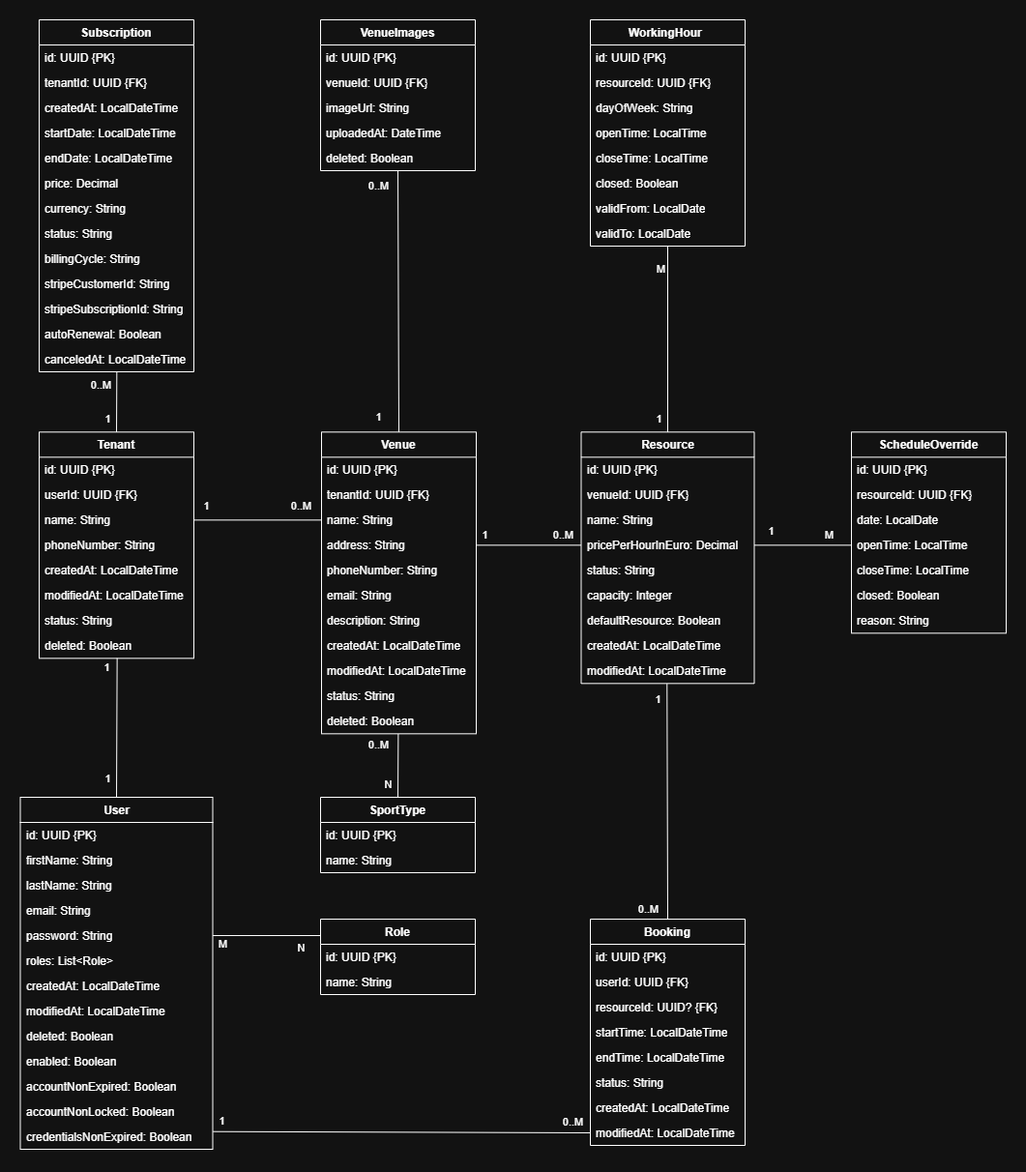
Gjxrgj/AtlasSports keeps this draw.io diagram as Documents/Class Diagram/Class Diagram.png. Above is the earlier version. Source tidied: cells renumbered, new cells last; positions are measured from the earlier drawing's top-left corner, leaving out a move shared by most shapes.
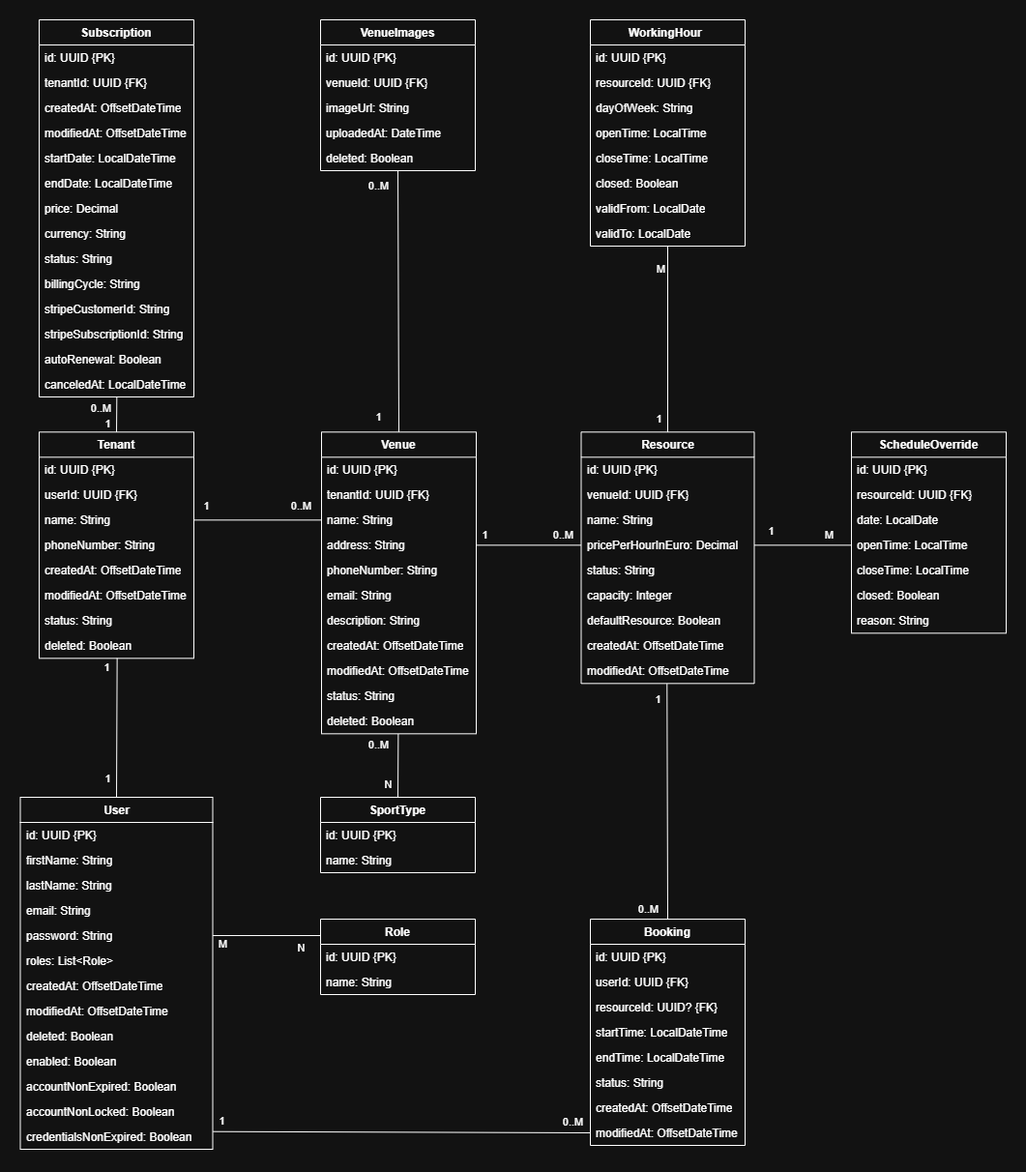
Later version of the same file.

Change to the diagram source:
```diff
@@ -23,10 +23,10 @@
     <mxCell id="8" value="roles: List&amp;lt;Role&amp;gt;&amp;nbsp;&amp;nbsp;" style="text;strokeColor=none;fillColor=none;align=left;verticalAlign=top;spacingLeft=4;spacingRight=4;overflow=hidden;whiteSpace=wrap;html=1;" parent="2" vertex="1">
       <mxGeometry y="156" width="199" height="26" as="geometry" />
     </mxCell>
-    <mxCell id="9" value="createdAt: LocalDateTime" style="text;strokeColor=none;fillColor=none;align=left;verticalAlign=top;spacingLeft=4;spacingRight=4;overflow=hidden;whiteSpace=wrap;html=1;" parent="2" vertex="1">
+    <mxCell id="9" value="createdAt: OffsetDateTime" style="text;strokeColor=none;fillColor=none;align=left;verticalAlign=top;spacingLeft=4;spacingRight=4;overflow=hidden;whiteSpace=wrap;html=1;" parent="2" vertex="1">
       <mxGeometry y="182" width="199" height="26" as="geometry" />
     </mxCell>
-    <mxCell id="10" value="modifiedAt: LocalDateTime" style="text;strokeColor=none;fillColor=none;align=left;verticalAlign=top;spacingLeft=4;spacingRight=4;overflow=hidden;whiteSpace=wrap;html=1;" parent="2" vertex="1">
+    <mxCell id="10" value="modifiedAt: OffsetDateTime" style="text;strokeColor=none;fillColor=none;align=left;verticalAlign=top;spacingLeft=4;spacingRight=4;overflow=hidden;whiteSpace=wrap;html=1;" parent="2" vertex="1">
       <mxGeometry y="208" width="199" height="26" as="geometry" />
     </mxCell>
     <mxCell id="11" value="deleted: Boolean&lt;span style=&quot;white-space: pre;&quot;&gt;&#9;&lt;/span&gt;" style="text;strokeColor=none;fillColor=none;align=left;verticalAlign=top;spacingLeft=4;spacingRight=4;overflow=hidden;whiteSpace=wrap;html=1;" parent="2" vertex="1">
@@ -86,10 +86,10 @@
     <mxCell id="29" value="phoneNumber: String" style="text;strokeColor=none;fillColor=none;align=left;verticalAlign=top;spacingLeft=4;spacingRight=4;overflow=hidden;whiteSpace=wrap;html=1;" parent="25" vertex="1">
       <mxGeometry y="104" width="160" height="26" as="geometry" />
     </mxCell>
-    <mxCell id="30" value="createdAt: LocalDateTime" style="text;strokeColor=none;fillColor=none;align=left;verticalAlign=top;spacingLeft=4;spacingRight=4;overflow=hidden;whiteSpace=wrap;html=1;" parent="25" vertex="1">
+    <mxCell id="30" value="createdAt: OffsetDateTime" style="text;strokeColor=none;fillColor=none;align=left;verticalAlign=top;spacingLeft=4;spacingRight=4;overflow=hidden;whiteSpace=wrap;html=1;" parent="25" vertex="1">
       <mxGeometry y="130" width="160" height="26" as="geometry" />
     </mxCell>
-    <mxCell id="31" value="modifiedAt: LocalDateTime" style="text;strokeColor=none;fillColor=none;align=left;verticalAlign=top;spacingLeft=4;spacingRight=4;overflow=hidden;whiteSpace=wrap;html=1;" parent="25" vertex="1">
+    <mxCell id="31" value="modifiedAt: OffsetDateTime" style="text;strokeColor=none;fillColor=none;align=left;verticalAlign=top;spacingLeft=4;spacingRight=4;overflow=hidden;whiteSpace=wrap;html=1;" parent="25" vertex="1">
       <mxGeometry y="156" width="160" height="26" as="geometry" />
     </mxCell>
     <mxCell id="32" value="status: String" style="text;strokeColor=none;fillColor=none;align=left;verticalAlign=top;spacingLeft=4;spacingRight=4;overflow=hidden;whiteSpace=wrap;html=1;" parent="25" vertex="1">
@@ -122,10 +122,10 @@
     <mxCell id="41" value="description: String" style="text;strokeColor=none;fillColor=none;align=left;verticalAlign=top;spacingLeft=4;spacingRight=4;overflow=hidden;whiteSpace=wrap;html=1;" parent="34" vertex="1">
       <mxGeometry y="182" width="160" height="26" as="geometry" />
     </mxCell>
-    <mxCell id="42" value="createdAt: LocalDateTime" style="text;strokeColor=none;fillColor=none;align=left;verticalAlign=top;spacingLeft=4;spacingRight=4;overflow=hidden;whiteSpace=wrap;html=1;" parent="34" vertex="1">
+    <mxCell id="42" value="createdAt: OffsetDateTime" style="text;strokeColor=none;fillColor=none;align=left;verticalAlign=top;spacingLeft=4;spacingRight=4;overflow=hidden;whiteSpace=wrap;html=1;" parent="34" vertex="1">
       <mxGeometry y="208" width="160" height="26" as="geometry" />
     </mxCell>
-    <mxCell id="43" value="modifiedAt: LocalDateTime" style="text;strokeColor=none;fillColor=none;align=left;verticalAlign=top;spacingLeft=4;spacingRight=4;overflow=hidden;whiteSpace=wrap;html=1;" parent="34" vertex="1">
+    <mxCell id="43" value="modifiedAt: OffsetDateTime" style="text;strokeColor=none;fillColor=none;align=left;verticalAlign=top;spacingLeft=4;spacingRight=4;overflow=hidden;whiteSpace=wrap;html=1;" parent="34" vertex="1">
       <mxGeometry y="234" width="160" height="26" as="geometry" />
     </mxCell>
     <mxCell id="44" value="status: String" style="text;strokeColor=none;fillColor=none;align=left;verticalAlign=top;spacingLeft=4;spacingRight=4;overflow=hidden;whiteSpace=wrap;html=1;" parent="34" vertex="1">
@@ -135,7 +135,7 @@
       <mxGeometry y="286" width="160" height="26" as="geometry" />
     </mxCell>
     <mxCell id="46" value="Subscription" style="swimlane;fontStyle=1;align=center;verticalAlign=top;horizontal=1;startSize=26;whiteSpace=wrap;html=1;" parent="1" vertex="1">
-      <mxGeometry x="20" width="160" height="364" as="geometry" />
+      <mxGeometry x="20" width="160" height="390" as="geometry" />
     </mxCell>
     <mxCell id="47" value="id: UUID&amp;nbsp;{PK}" style="text;strokeColor=none;fillColor=none;align=left;verticalAlign=top;spacingLeft=4;spacingRight=4;overflow=hidden;whiteSpace=wrap;html=1;" parent="46" vertex="1">
       <mxGeometry y="26" width="160" height="26" as="geometry" />
@@ -143,38 +143,41 @@
     <mxCell id="48" value="tenantId: UUID&amp;nbsp;{FK}" style="text;strokeColor=none;fillColor=none;align=left;verticalAlign=top;spacingLeft=4;spacingRight=4;overflow=hidden;whiteSpace=wrap;html=1;" parent="46" vertex="1">
       <mxGeometry y="52" width="160" height="26" as="geometry" />
     </mxCell>
-    <mxCell id="49" value="createdAt: LocalDateTime" style="text;strokeColor=none;fillColor=none;align=left;verticalAlign=top;spacingLeft=4;spacingRight=4;overflow=hidden;whiteSpace=wrap;html=1;" parent="46" vertex="1">
+    <mxCell id="49" value="createdAt: OffsetDateTime" style="text;strokeColor=none;fillColor=none;align=left;verticalAlign=top;spacingLeft=4;spacingRight=4;overflow=hidden;whiteSpace=wrap;html=1;" parent="46" vertex="1">
       <mxGeometry y="78" width="160" height="26" as="geometry" />
     </mxCell>
+    <mxCell id="132" value="modifiedAt: OffsetDateTime" style="text;strokeColor=none;fillColor=none;align=left;verticalAlign=top;spacingLeft=4;spacingRight=4;overflow=hidden;whiteSpace=wrap;html=1;" parent="46" vertex="1">
+      <mxGeometry y="104" width="160" height="26" as="geometry" />
+    </mxCell>
     <mxCell id="50" value="startDate: LocalDateTime" style="text;strokeColor=none;fillColor=none;align=left;verticalAlign=top;spacingLeft=4;spacingRight=4;overflow=hidden;whiteSpace=wrap;html=1;" parent="46" vertex="1">
-      <mxGeometry y="104" width="160" height="26" as="geometry" />
+      <mxGeometry y="130" width="160" height="26" as="geometry" />
     </mxCell>
     <mxCell id="51" value="endDate: LocalDateTime" style="text;strokeColor=none;fillColor=none;align=left;verticalAlign=top;spacingLeft=4;spacingRight=4;overflow=hidden;whiteSpace=wrap;html=1;" parent="46" vertex="1">
-      <mxGeometry y="130" width="160" height="26" as="geometry" />
+      <mxGeometry y="156" width="160" height="26" as="geometry" />
     </mxCell>
     <mxCell id="52" value="price: Decimal" style="text;strokeColor=none;fillColor=none;align=left;verticalAlign=top;spacingLeft=4;spacingRight=4;overflow=hidden;whiteSpace=wrap;html=1;" parent="46" vertex="1">
-      <mxGeometry y="156" width="160" height="26" as="geometry" />
+      <mxGeometry y="182" width="160" height="26" as="geometry" />
     </mxCell>
     <mxCell id="53" value="currency: String" style="text;strokeColor=none;fillColor=none;align=left;verticalAlign=top;spacingLeft=4;spacingRight=4;overflow=hidden;whiteSpace=wrap;html=1;" parent="46" vertex="1">
-      <mxGeometry y="182" width="160" height="26" as="geometry" />
+      <mxGeometry y="208" width="160" height="26" as="geometry" />
     </mxCell>
     <mxCell id="54" value="status: String" style="text;strokeColor=none;fillColor=none;align=left;verticalAlign=top;spacingLeft=4;spacingRight=4;overflow=hidden;whiteSpace=wrap;html=1;" parent="46" vertex="1">
-      <mxGeometry y="208" width="160" height="26" as="geometry" />
+      <mxGeometry y="234" width="160" height="26" as="geometry" />
     </mxCell>
     <mxCell id="55" value="billingCycle: String" style="text;strokeColor=none;fillColor=none;align=left;verticalAlign=top;spacingLeft=4;spacingRight=4;overflow=hidden;whiteSpace=wrap;html=1;" parent="46" vertex="1">
-      <mxGeometry y="234" width="160" height="26" as="geometry" />
+      <mxGeometry y="260" width="160" height="26" as="geometry" />
     </mxCell>
     <mxCell id="56" value="stripeCustomerId: String" style="text;strokeColor=none;fillColor=none;align=left;verticalAlign=top;spacingLeft=4;spacingRight=4;overflow=hidden;whiteSpace=wrap;html=1;" parent="46" vertex="1">
-      <mxGeometry y="260" width="160" height="26" as="geometry" />
+      <mxGeometry y="286" width="160" height="26" as="geometry" />
     </mxCell>
     <mxCell id="57" value="stripeSubscriptionId: String" style="text;strokeColor=none;fillColor=none;align=left;verticalAlign=top;spacingLeft=4;spacingRight=4;overflow=hidden;whiteSpace=wrap;html=1;" parent="46" vertex="1">
-      <mxGeometry y="286" width="160" height="26" as="geometry" />
+      <mxGeometry y="312" width="160" height="26" as="geometry" />
     </mxCell>
     <mxCell id="58" value="autoRenewal: Boolean" style="text;strokeColor=none;fillColor=none;align=left;verticalAlign=top;spacingLeft=4;spacingRight=4;overflow=hidden;whiteSpace=wrap;html=1;" parent="46" vertex="1">
-      <mxGeometry y="312" width="160" height="26" as="geometry" />
+      <mxGeometry y="338" width="160" height="26" as="geometry" />
     </mxCell>
     <mxCell id="59" value="canceledAt: LocalDateTime" style="text;strokeColor=none;fillColor=none;align=left;verticalAlign=top;spacingLeft=4;spacingRight=4;overflow=hidden;points=[[0,0.5],[1,0.5]];portConstraint=eastwest;whiteSpace=wrap;html=1;" parent="46" vertex="1">
-      <mxGeometry y="338" width="160" height="26" as="geometry" />
+      <mxGeometry y="364" width="160" height="26" as="geometry" />
     </mxCell>
     <mxCell id="60" value="Booking" style="swimlane;fontStyle=1;align=center;verticalAlign=top;horizontal=1;startSize=26;whiteSpace=wrap;html=1;" parent="1" vertex="1">
       <mxGeometry x="590" y="930" width="160" height="234" as="geometry" />
@@ -197,10 +200,10 @@
     <mxCell id="66" value="status: String" style="text;strokeColor=none;fillColor=none;align=left;verticalAlign=top;spacingLeft=4;spacingRight=4;overflow=hidden;whiteSpace=wrap;html=1;" parent="60" vertex="1">
       <mxGeometry y="156" width="160" height="26" as="geometry" />
     </mxCell>
-    <mxCell id="67" value="createdAt: LocalDateTime" style="text;strokeColor=none;fillColor=none;align=left;verticalAlign=top;spacingLeft=4;spacingRight=4;overflow=hidden;whiteSpace=wrap;html=1;" parent="60" vertex="1">
+    <mxCell id="67" value="createdAt: OffsetDateTime" style="text;strokeColor=none;fillColor=none;align=left;verticalAlign=top;spacingLeft=4;spacingRight=4;overflow=hidden;whiteSpace=wrap;html=1;" parent="60" vertex="1">
       <mxGeometry y="182" width="160" height="26" as="geometry" />
     </mxCell>
-    <mxCell id="68" value="modifiedAt: LocalDateTime" style="text;strokeColor=none;fillColor=none;align=left;verticalAlign=top;spacingLeft=4;spacingRight=4;overflow=hidden;points=[[0,0.5],[1,0.5]];portConstraint=eastwest;whiteSpace=wrap;html=1;" parent="60" vertex="1">
+    <mxCell id="68" value="modifiedAt: OffsetDateTime" style="text;strokeColor=none;fillColor=none;align=left;verticalAlign=top;spacingLeft=4;spacingRight=4;overflow=hidden;points=[[0,0.5],[1,0.5]];portConstraint=eastwest;whiteSpace=wrap;html=1;" parent="60" vertex="1">
       <mxGeometry y="208" width="160" height="26" as="geometry" />
     </mxCell>
     <mxCell id="69" value="VenueImages" style="swimlane;fontStyle=1;align=center;verticalAlign=top;horizontal=1;startSize=26;whiteSpace=wrap;html=1;" parent="1" vertex="1">
@@ -245,10 +248,10 @@
     <mxCell id="82" value="defaultResource: Boolean" style="text;strokeColor=none;fillColor=none;align=left;verticalAlign=top;spacingLeft=4;spacingRight=4;overflow=hidden;whiteSpace=wrap;html=1;" parent="75" vertex="1">
       <mxGeometry y="182" width="179" height="26" as="geometry" />
     </mxCell>
-    <mxCell id="83" value="createdAt: LocalDateTime" style="text;strokeColor=none;fillColor=none;align=left;verticalAlign=top;spacingLeft=4;spacingRight=4;overflow=hidden;whiteSpace=wrap;html=1;" parent="75" vertex="1">
+    <mxCell id="83" value="createdAt: OffsetDateTime" style="text;strokeColor=none;fillColor=none;align=left;verticalAlign=top;spacingLeft=4;spacingRight=4;overflow=hidden;whiteSpace=wrap;html=1;" parent="75" vertex="1">
       <mxGeometry y="208" width="179" height="26" as="geometry" />
     </mxCell>
-    <mxCell id="84" value="modifiedAt: LocalDateTime" style="text;strokeColor=none;fillColor=none;align=left;verticalAlign=top;spacingLeft=4;spacingRight=4;overflow=hidden;points=[[0,0.5],[1,0.5]];portConstraint=eastwest;whiteSpace=wrap;html=1;" parent="75" vertex="1">
+    <mxCell id="84" value="modifiedAt: OffsetDateTime" style="text;strokeColor=none;fillColor=none;align=left;verticalAlign=top;spacingLeft=4;spacingRight=4;overflow=hidden;points=[[0,0.5],[1,0.5]];portConstraint=eastwest;whiteSpace=wrap;html=1;" parent="75" vertex="1">
       <mxGeometry y="234" width="179" height="26" as="geometry" />
     </mxCell>
     <mxCell id="85" value="SportType" style="swimlane;fontStyle=1;align=center;verticalAlign=top;horizontal=1;startSize=26;whiteSpace=wrap;html=1;" parent="1" vertex="1">
```
